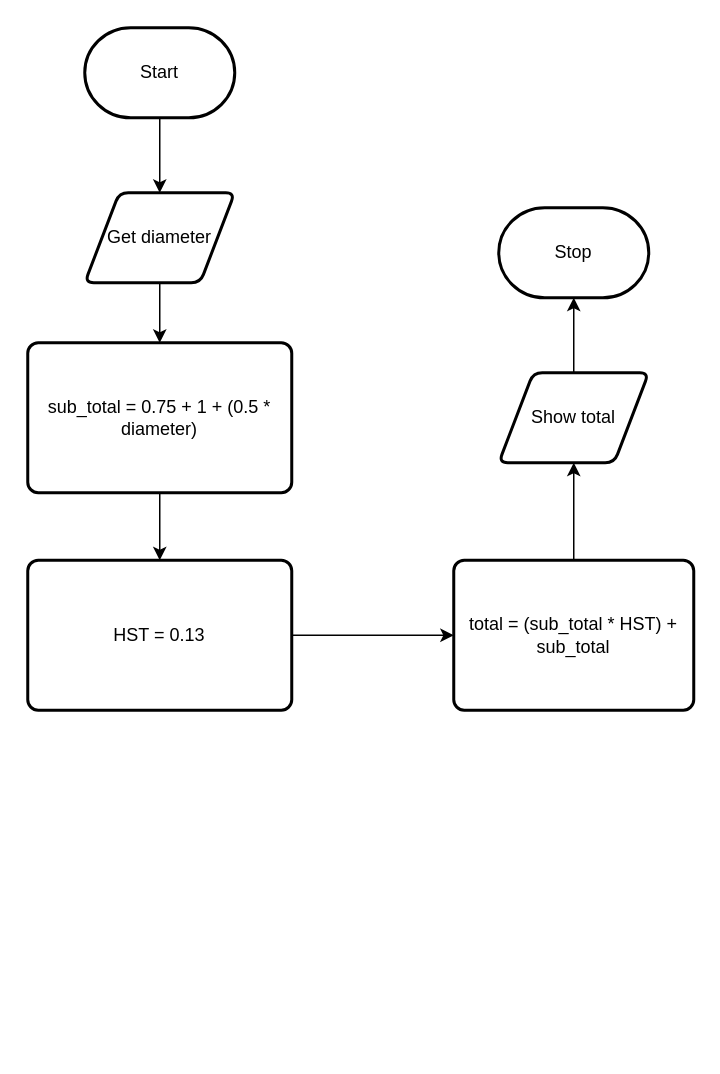
Before: flowchart.drawio in michael-clermont1/ICS3U-Assignment-2-Python, a draw.io diagram. Source tidied: cells renumbered, new cells numbered last; positions are measured from the earlier drawing's top-left corner, leaving out a move shared by most shapes. Both pictures are drawn from the tidied source at 150%, with x=0, y=0 at pixel (27, 27).
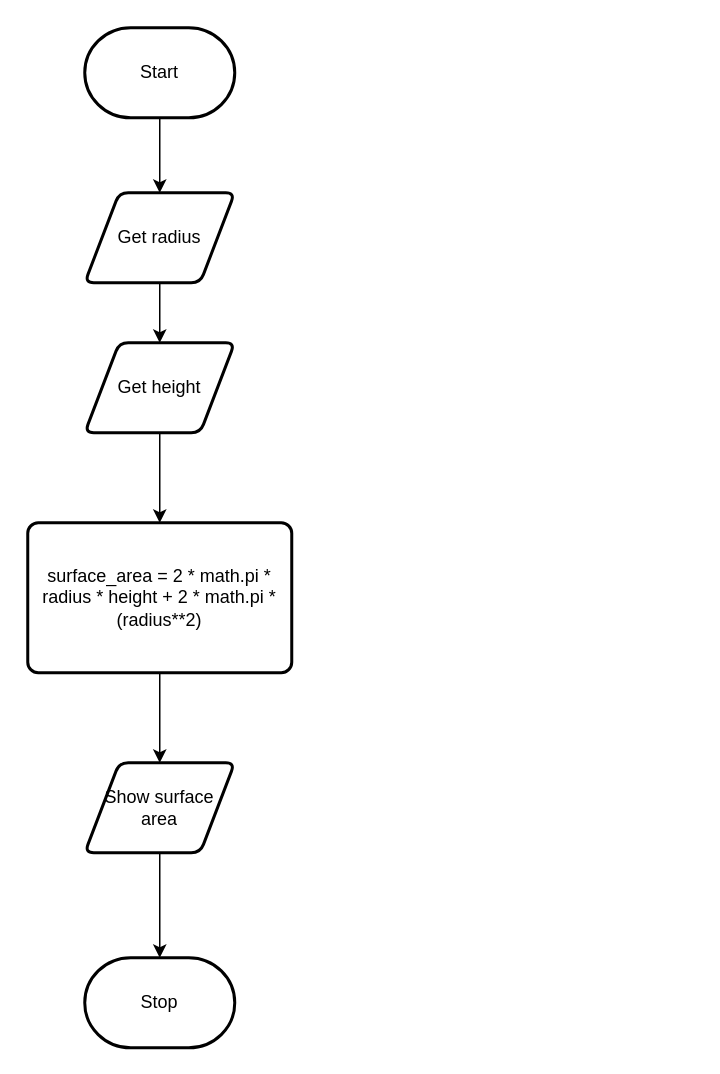
The same diagram, later.

What changed in the source:
```diff
@@
 <mxGraphModel>
   <root>
     <mxCell id="0" />
     <mxCell id="1" parent="0" />
-    <mxCell id="2" style="edgeStyle=orthogonalEdgeStyle;shape=connector;rounded=0;html=1;entryX=0.5;entryY=0;entryDx=0;entryDy=0;labelBackgroundColor=default;fontFamily=Helvetica;fontSize=11;fontColor=default;endArrow=classic;strokeColor=default;" parent="1" edge="1" source="3" target="7">
-      <mxGeometry relative="1" as="geometry" />
-    </mxCell>
+    <mxCell id="15" style="edgeStyle=none;html=1;entryX=0.5;entryY=0;entryDx=0;entryDy=0;" parent="1" edge="1" source="3" target="10">
+      <mxGeometry relative="1" as="geometry" />
+    </mxCell>
-    <mxCell id="3" value="Get diameter" style="shape=parallelogram;html=1;strokeWidth=2;perimeter=parallelogramPerimeter;whiteSpace=wrap;rounded=1;arcSize=12;size=0.23;" parent="1" vertex="1">
+    <mxCell id="3" value="Get radius" style="shape=parallelogram;html=1;strokeWidth=2;perimeter=parallelogramPerimeter;whiteSpace=wrap;rounded=1;arcSize=12;size=0.23;" parent="1" vertex="1">
       <mxGeometry x="38" y="110" width="100" height="60" as="geometry" />
     </mxCell>
     <mxCell id="4" style="edgeStyle=orthogonalEdgeStyle;html=1;entryX=0.5;entryY=0;entryDx=0;entryDy=0;rounded=0;" parent="1" edge="1" source="5" target="3">
       <mxGeometry relative="1" as="geometry" />
     </mxCell>
     <mxCell id="5" value="Start" style="strokeWidth=2;html=1;shape=mxgraph.flowchart.terminator;whiteSpace=wrap;" parent="1" vertex="1">
       <mxGeometry x="38" width="100" height="60" as="geometry" />
     </mxCell>
-    <mxCell id="6" style="edgeStyle=orthogonalEdgeStyle;shape=connector;rounded=0;html=1;exitX=0.5;exitY=1;exitDx=0;exitDy=0;entryX=0.5;entryY=0;entryDx=0;entryDy=0;labelBackgroundColor=default;fontFamily=Helvetica;fontSize=11;fontColor=default;endArrow=classic;strokeColor=default;" parent="1" edge="1" source="7" target="9">
-      <mxGeometry relative="1" as="geometry" />
-    </mxCell>
+    <mxCell id="16" style="edgeStyle=none;html=1;entryX=0.5;entryY=0;entryDx=0;entryDy=0;" parent="1" edge="1" source="7" target="13">
+      <mxGeometry relative="1" as="geometry" />
+    </mxCell>
-    <mxCell id="7" value="sub_total = 0.75 + 1 + (0.5 * diameter)" style="rounded=1;whiteSpace=wrap;html=1;absoluteArcSize=1;arcSize=14;strokeWidth=2;" parent="1" vertex="1">
-      <mxGeometry y="210" width="176" height="100" as="geometry" />
+    <mxCell id="7" value="surface_area = 2 * math.pi * radius * height + 2 * math.pi * (radius**2)" style="rounded=1;whiteSpace=wrap;html=1;absoluteArcSize=1;arcSize=14;strokeWidth=2;" parent="1" vertex="1">
+      <mxGeometry y="330" width="176" height="100" as="geometry" />
     </mxCell>
-    <mxCell id="8" style="edgeStyle=orthogonalEdgeStyle;shape=connector;rounded=0;html=1;exitX=1;exitY=0.5;exitDx=0;exitDy=0;entryX=0;entryY=0.5;entryDx=0;entryDy=0;labelBackgroundColor=default;fontFamily=Helvetica;fontSize=11;fontColor=default;endArrow=classic;strokeColor=default;" parent="1" edge="1" source="9" target="11">
-      <mxGeometry relative="1" as="geometry" />
-    </mxCell>
-    <mxCell id="9" value="HST = 0.13" style="rounded=1;whiteSpace=wrap;html=1;absoluteArcSize=1;arcSize=14;strokeWidth=2;" parent="1" vertex="1">
-      <mxGeometry y="355" width="176" height="100" as="geometry" />
-    </mxCell>
-    <mxCell id="10" style="edgeStyle=orthogonalEdgeStyle;shape=connector;rounded=0;html=1;exitX=0.5;exitY=0;exitDx=0;exitDy=0;entryX=0.5;entryY=1;entryDx=0;entryDy=0;labelBackgroundColor=default;fontFamily=Helvetica;fontSize=11;fontColor=default;endArrow=classic;strokeColor=default;" parent="1" edge="1" source="11" target="13">
-      <mxGeometry relative="1" as="geometry" />
-    </mxCell>
-    <mxCell id="11" value="total = (sub_total * HST) + sub_total" style="rounded=1;whiteSpace=wrap;html=1;absoluteArcSize=1;arcSize=14;strokeWidth=2;" parent="1" vertex="1">
-      <mxGeometry x="284" y="355" width="160" height="100" as="geometry" />
-    </mxCell>
-    <mxCell id="12" style="edgeStyle=orthogonalEdgeStyle;shape=connector;rounded=0;html=1;exitX=0.5;exitY=0;exitDx=0;exitDy=0;entryX=0.5;entryY=1;entryDx=0;entryDy=0;entryPerimeter=0;labelBackgroundColor=default;fontFamily=Helvetica;fontSize=11;fontColor=default;endArrow=classic;strokeColor=default;" parent="1" edge="1" source="13" target="14">
+    <mxCell id="12" style="edgeStyle=none;html=1;entryX=0.5;entryY=0;entryDx=0;entryDy=0;entryPerimeter=0;" parent="1" edge="1" source="13" target="14">
       <mxGeometry relative="1" as="geometry" />
     </mxCell>
-    <mxCell id="13" value="Show total" style="shape=parallelogram;html=1;strokeWidth=2;perimeter=parallelogramPerimeter;whiteSpace=wrap;rounded=1;arcSize=12;size=0.23;" parent="1" vertex="1">
-      <mxGeometry x="314" y="230" width="100" height="60" as="geometry" />
+    <mxCell id="13" value="Show surface area" style="shape=parallelogram;html=1;strokeWidth=2;perimeter=parallelogramPerimeter;whiteSpace=wrap;rounded=1;arcSize=12;size=0.23;" parent="1" vertex="1">
+      <mxGeometry x="38" y="490" width="100" height="60" as="geometry" />
     </mxCell>
     <mxCell id="14" value="Stop" style="strokeWidth=2;html=1;shape=mxgraph.flowchart.terminator;whiteSpace=wrap;" parent="1" vertex="1">
-      <mxGeometry x="314" y="120" width="100" height="60" as="geometry" />
+      <mxGeometry x="38" y="620" width="100" height="60" as="geometry" />
     </mxCell>
+    <mxCell id="17" style="edgeStyle=none;html=1;entryX=0.5;entryY=0;entryDx=0;entryDy=0;" parent="1" edge="1" source="10" target="7">
+      <mxGeometry relative="1" as="geometry" />
+    </mxCell>
+    <mxCell id="10" value="Get height" style="shape=parallelogram;html=1;strokeWidth=2;perimeter=parallelogramPerimeter;whiteSpace=wrap;rounded=1;arcSize=12;size=0.23;" parent="1" vertex="1">
+      <mxGeometry x="38" y="210" width="100" height="60" as="geometry" />
+    </mxCell>
   </root>
 </mxGraphModel>
```
